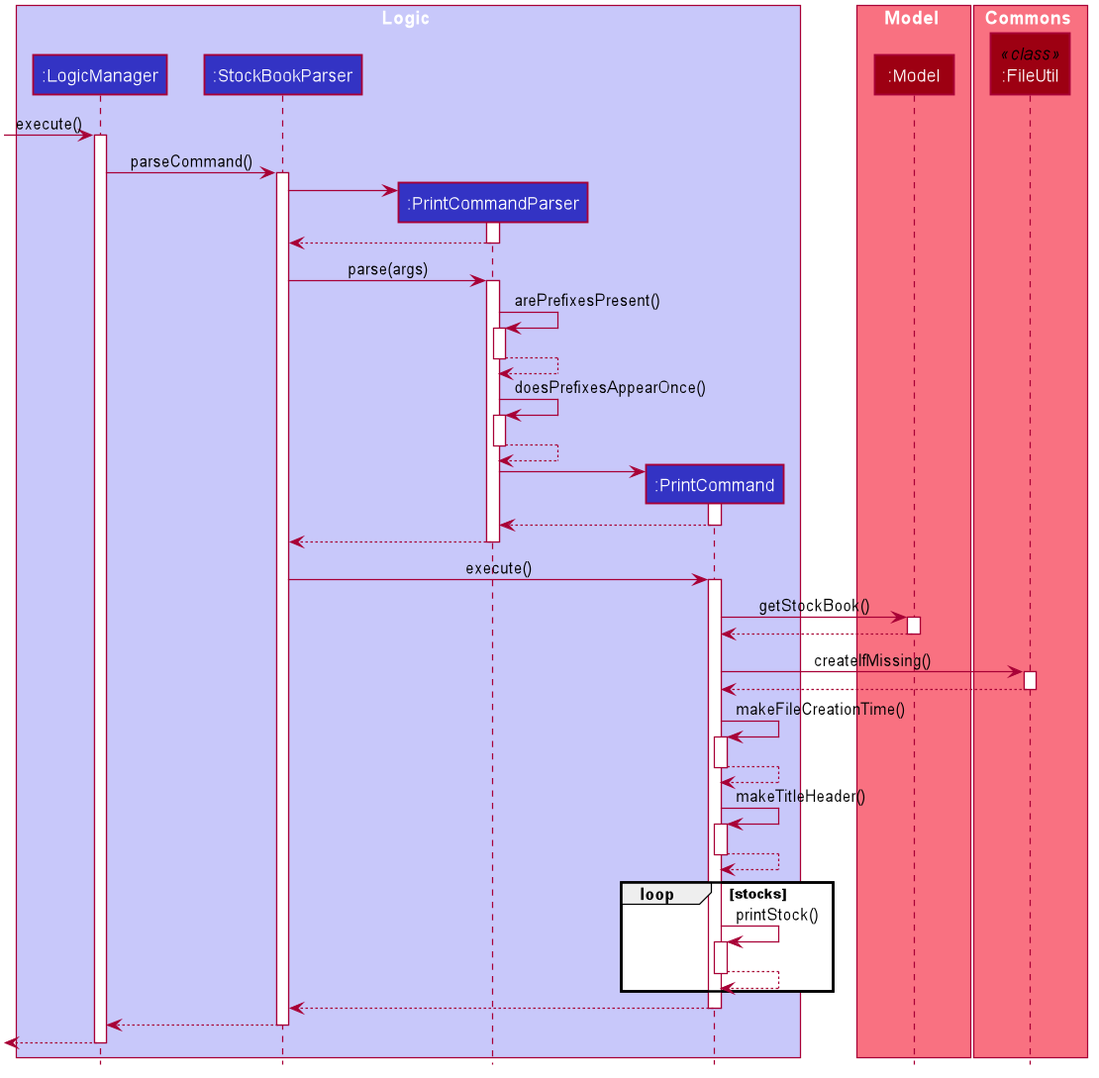
Earlier version of the PlantUML export docs/images/PrintCommandSequenceDiagram.png (nus-cs2103-AY2021S1/tp).
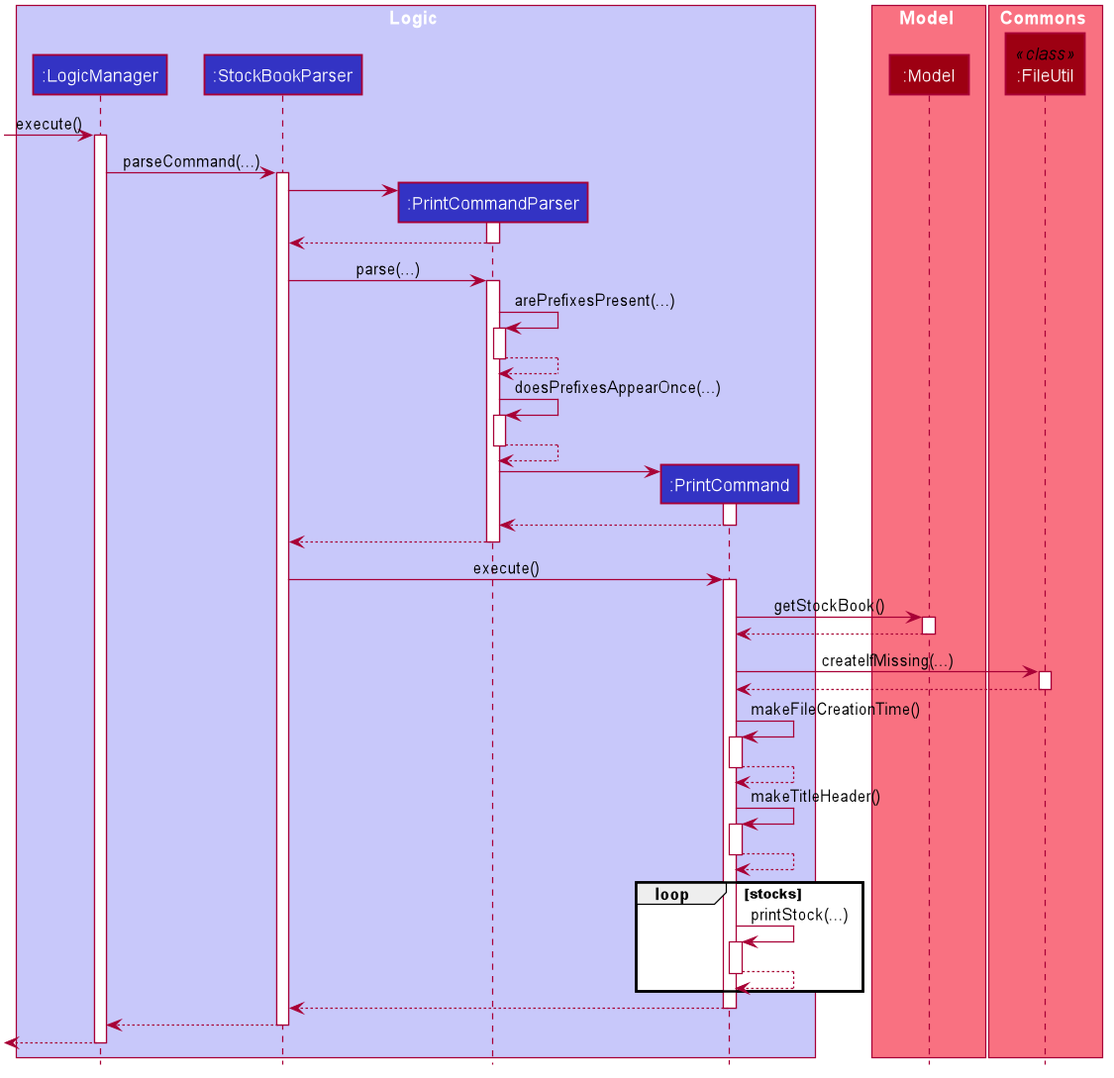
After the commit.

Diff of the diagram source:
```diff
@@ -66,7 +66,7 @@
 [-> LogicManager : execute()
 activate LogicManager
 
-LogicManager -> StockBookParser : parseCommand()
+LogicManager -> StockBookParser : parseCommand(...)
 activate StockBookParser
 
 create PrintCommandParser
@@ -76,16 +76,16 @@
 PrintCommandParser --> StockBookParser
 deactivate PrintCommandParser
 
-StockBookParser -> PrintCommandParser : parse(args)
+StockBookParser -> PrintCommandParser : parse(...)
 activate PrintCommandParser
 
-PrintCommandParser -> PrintCommandParser : arePrefixesPresent()
+PrintCommandParser -> PrintCommandParser : arePrefixesPresent(...)
 activate PrintCommandParser
 
 PrintCommandParser --> PrintCommandParser
 deactivate PrintCommandParser
 
-PrintCommandParser -> PrintCommandParser : doesPrefixesAppearOnce()
+PrintCommandParser -> PrintCommandParser : doesPrefixesAppearOnce(...)
 activate PrintCommandParser
 
 PrintCommandParser --> PrintCommandParser
@@ -110,7 +110,7 @@
 Model --> PrintCommand
 deactivate Model
 
-PrintCommand -> FileUtil : createIfMissing()
+PrintCommand -> FileUtil : createIfMissing(...)
 activate FileUtil
 
 FileUtil --> PrintCommand
@@ -129,7 +129,7 @@
 deactivate PrintCommand
 
 loop stocks
-PrintCommand -> PrintCommand : printStock()
+PrintCommand -> PrintCommand : printStock(...)
 activate PrintCommand
 PrintCommand --> PrintCommand
 deactivate PrintCommand
```
